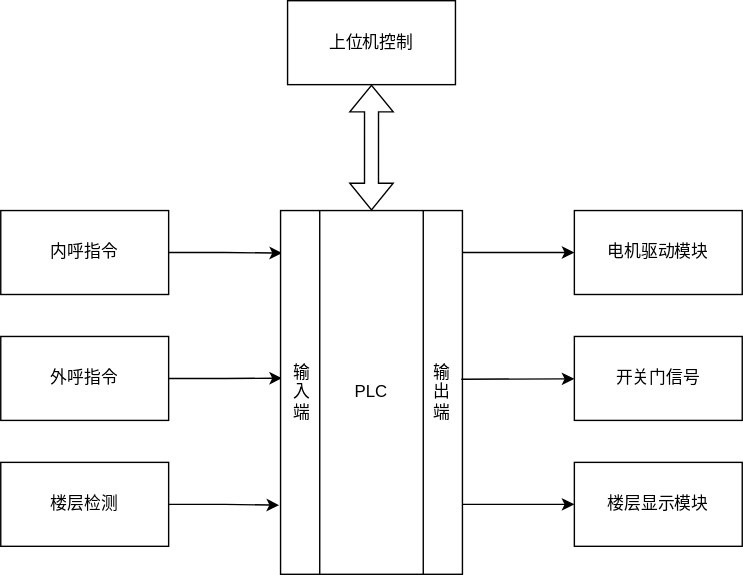
Earlier version of the draw.io export Draw.io/PLC控制的四层电梯硬件框图.svg (InoryLwc/ConfigRepo). Source tidied: cells renumbered, new cells last; positions are measured from the earlier drawing's top-left corner, leaving out a move shared by most shapes.
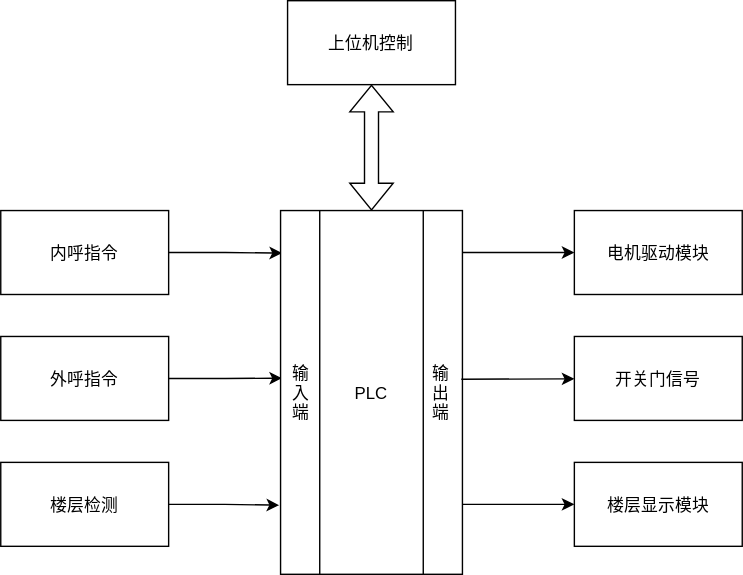
Above is the later version.

Commit message:
更新PLC控制的四层电梯硬件框图.svg

What changed in the source:
```diff
@@ -2,43 +2,43 @@
   <root>
     <mxCell id="0" />
     <mxCell id="1" parent="0" />
-    <mxCell id="2" value="电机驱动模块" style="rounded=0;whiteSpace=wrap;html=1;" parent="1" vertex="1">
+    <mxCell id="2" value="电机驱动模块" style="rounded=0;" parent="1" vertex="1">
       <mxGeometry x="410" y="150" width="120" height="60" as="geometry" />
     </mxCell>
-    <mxCell id="3" style="edgeStyle=orthogonalEdgeStyle;rounded=0;jettySize=auto;html=1;exitX=1;exitY=0.5;exitDx=0;exitDy=0;entryX=-0.008;entryY=0.81;entryDx=0;entryDy=0;entryPerimeter=0;" parent="1" edge="1" source="4" target="11">
+    <mxCell id="3" style="edgeStyle=orthogonalEdgeStyle;rounded=0;jettySize=auto;exitX=1;exitY=0.5;exitDx=0;exitDy=0;entryX=-0.008;entryY=0.81;entryDx=0;entryDy=0;entryPerimeter=0;" parent="1" edge="1" source="4" target="11">
       <mxGeometry relative="1" as="geometry" />
     </mxCell>
-    <mxCell id="4" value="楼层检测" style="rounded=0;whiteSpace=wrap;html=1;" parent="1" vertex="1">
+    <mxCell id="4" value="楼层检测" style="rounded=0;" parent="1" vertex="1">
       <mxGeometry y="330" width="120" height="60" as="geometry" />
     </mxCell>
-    <mxCell id="5" style="edgeStyle=orthogonalEdgeStyle;rounded=0;jettySize=auto;html=1;exitX=1;exitY=0.5;exitDx=0;exitDy=0;entryX=0.033;entryY=0.297;entryDx=0;entryDy=0;entryPerimeter=0;" parent="1" edge="1" source="6" target="12">
+    <mxCell id="5" style="edgeStyle=orthogonalEdgeStyle;rounded=0;jettySize=auto;exitX=1;exitY=0.5;exitDx=0;exitDy=0;entryX=0.033;entryY=0.297;entryDx=0;entryDy=0;entryPerimeter=0;" parent="1" edge="1" source="6" target="12">
       <mxGeometry relative="1" as="geometry" />
     </mxCell>
-    <mxCell id="6" value="外呼指令" style="rounded=0;whiteSpace=wrap;html=1;" parent="1" vertex="1">
+    <mxCell id="6" value="外呼指令" style="rounded=0;" parent="1" vertex="1">
       <mxGeometry y="240" width="120" height="60" as="geometry" />
     </mxCell>
-    <mxCell id="7" value="楼层显示模块" style="rounded=0;whiteSpace=wrap;html=1;" parent="1" vertex="1">
+    <mxCell id="7" value="楼层显示模块" style="rounded=0;" parent="1" vertex="1">
       <mxGeometry x="410" y="330" width="120" height="60" as="geometry" />
     </mxCell>
-    <mxCell id="8" style="edgeStyle=orthogonalEdgeStyle;rounded=0;jettySize=auto;html=1;exitX=1;exitY=0.5;exitDx=0;exitDy=0;entryX=0.008;entryY=0.117;entryDx=0;entryDy=0;entryPerimeter=0;" parent="1" edge="1" source="9" target="11">
+    <mxCell id="8" style="edgeStyle=orthogonalEdgeStyle;rounded=0;jettySize=auto;exitX=1;exitY=0.5;exitDx=0;exitDy=0;entryX=0.008;entryY=0.117;entryDx=0;entryDy=0;entryPerimeter=0;" parent="1" edge="1" source="9" target="11">
       <mxGeometry relative="1" as="geometry" />
     </mxCell>
-    <mxCell id="9" value="内呼指令" style="rounded=0;whiteSpace=wrap;html=1;" parent="1" vertex="1">
+    <mxCell id="9" value="内呼指令" style="rounded=0;" parent="1" vertex="1">
       <mxGeometry y="150" width="120" height="60" as="geometry" />
     </mxCell>
-    <mxCell id="10" style="group;whiteSpace=wrap;html=1;" parent="1" vertex="1">
+    <mxCell id="10" style="group;" parent="1" vertex="1">
       <mxGeometry x="200" y="150" width="130" height="260" as="geometry" />
     </mxCell>
-    <mxCell id="11" value="PLC" style="shape=process;backgroundOutline=1;size=0.21428571428571427;whiteSpace=wrap;html=1;" parent="10" vertex="1">
+    <mxCell id="11" value="PLC" style="shape=process;backgroundOutline=1;size=0.21428571428571427;" parent="10" vertex="1">
       <mxGeometry width="130" height="260" as="geometry" />
     </mxCell>
-    <mxCell id="12" value="输&lt;br&gt;入&lt;br&gt;端" style="text;align=center;verticalAlign=middle;points=[];strokeColor=none;fillColor=none;html=1;" parent="10" vertex="1">
+    <mxCell id="12" value="输&#10;入&#10;端" style="text;align=center;verticalAlign=middle;points=[];strokeColor=none;fillColor=none;" parent="10" vertex="1">
       <mxGeometry y="105" width="30" height="50" as="geometry" />
     </mxCell>
-    <mxCell id="13" value="输&lt;br&gt;出&lt;br&gt;端" style="text;align=center;verticalAlign=middle;points=[];strokeColor=none;fillColor=none;html=1;" parent="10" vertex="1">
+    <mxCell id="13" value="输&#10;出&#10;端" style="text;align=center;verticalAlign=middle;points=[];strokeColor=none;fillColor=none;" parent="10" vertex="1">
       <mxGeometry x="100" y="105" width="30" height="50" as="geometry" />
     </mxCell>
-    <mxCell id="14" style="edgeStyle=orthogonalEdgeStyle;rounded=0;jettySize=auto;html=1;entryX=0;entryY=0.5;entryDx=0;entryDy=0;" parent="1" edge="1" target="2">
+    <mxCell id="14" style="edgeStyle=orthogonalEdgeStyle;rounded=0;jettySize=auto;entryX=0;entryY=0.5;entryDx=0;entryDy=0;" parent="1" edge="1" target="2">
       <mxGeometry relative="1" as="geometry">
         <mxPoint x="330" y="180" as="sourcePoint" />
         <Array as="points">
@@ -46,21 +46,21 @@
         </Array>
       </mxGeometry>
     </mxCell>
-    <mxCell id="15" value="上位机控制" style="rounded=0;whiteSpace=wrap;html=1;" parent="1" vertex="1">
+    <mxCell id="15" value="上位机控制" style="rounded=0;" parent="1" vertex="1">
       <mxGeometry x="205" width="120" height="60" as="geometry" />
     </mxCell>
-    <mxCell id="16" style="shape=flexArrow;endArrow=classic;startArrow=classic;html=1;rounded=0;entryX=0.5;entryY=1;entryDx=0;entryDy=0;exitX=0.5;exitY=0;exitDx=0;exitDy=0;" parent="1" edge="1" source="11" target="15">
+    <mxCell id="16" style="shape=flexArrow;endArrow=classic;startArrow=classic;rounded=0;entryX=0.5;entryY=1;entryDx=0;entryDy=0;exitX=0.5;exitY=0;exitDx=0;exitDy=0;" parent="1" edge="1" source="11" target="15">
       <mxGeometry relative="1" as="geometry" />
     </mxCell>
-    <mxCell id="17" value="开关门信号" style="rounded=0;whiteSpace=wrap;html=1;" parent="1" vertex="1">
+    <mxCell id="17" value="开关门信号" style="rounded=0;" parent="1" vertex="1">
       <mxGeometry x="410" y="240" width="120" height="60" as="geometry" />
     </mxCell>
-    <mxCell id="18" style="endArrow=classic;html=1;rounded=0;entryX=0;entryY=0.5;entryDx=0;entryDy=0;" parent="1" edge="1" target="7">
+    <mxCell id="18" style="endArrow=classic;rounded=0;entryX=0;entryY=0.5;entryDx=0;entryDy=0;" parent="1" edge="1" target="7">
       <mxGeometry relative="1" as="geometry">
         <mxPoint x="330" y="360" as="sourcePoint" />
       </mxGeometry>
     </mxCell>
-    <mxCell id="19" style="endArrow=classic;html=1;rounded=0;exitX=0.973;exitY=0.312;exitDx=0;exitDy=0;exitPerimeter=0;" parent="1" edge="1" source="13" target="17">
+    <mxCell id="19" style="endArrow=classic;rounded=0;exitX=0.973;exitY=0.312;exitDx=0;exitDy=0;exitPerimeter=0;" parent="1" edge="1" source="13" target="17">
       <mxGeometry relative="1" as="geometry" />
     </mxCell>
   </root>
```
